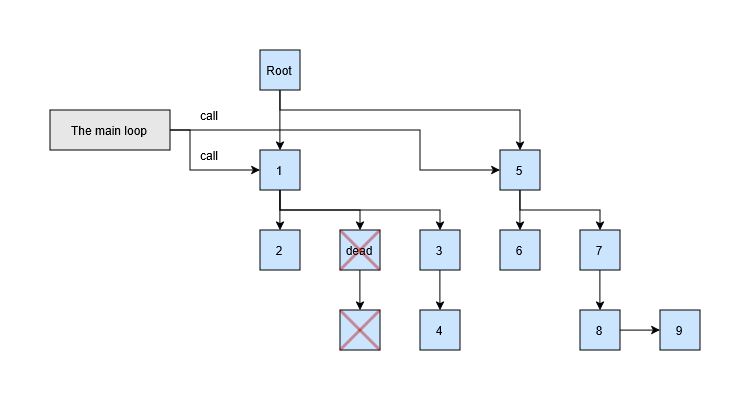
The draw.io diagram articles/2026/gfs_runtime/images/ar_dev_notes_tree_execution_2.drawio.png in hww/hww.github.io, before a commit. Source tidied: cells renumbered, new cells last; positions are measured from the earlier drawing's top-left corner, leaving out a move shared by most shapes.
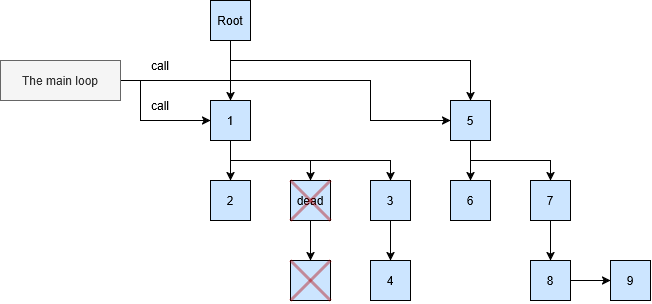
After the change.

The edit, as a diff of the source:
```diff
@@ -106,7 +106,7 @@
         </Array>
       </mxGeometry>
     </mxCell>
-    <mxCell id="27" value="The main loop" style="rounded=0;whiteSpace=wrap;html=1;fillColor=#e7e7e7;" parent="1" vertex="1">
+    <mxCell id="27" value="The main loop" style="rounded=0;whiteSpace=wrap;html=1;fillColor=#f5f5f5;fontColor=#333333;strokeColor=#666666;" parent="1" vertex="1">
       <mxGeometry y="60" width="120" height="40" as="geometry" />
     </mxCell>
     <mxCell id="28" style="endArrow=none;html=1;rounded=0;strokeWidth=3;fillColor=#e51400;strokeColor=#B20000;opacity=40;" parent="1" edge="1">
```
